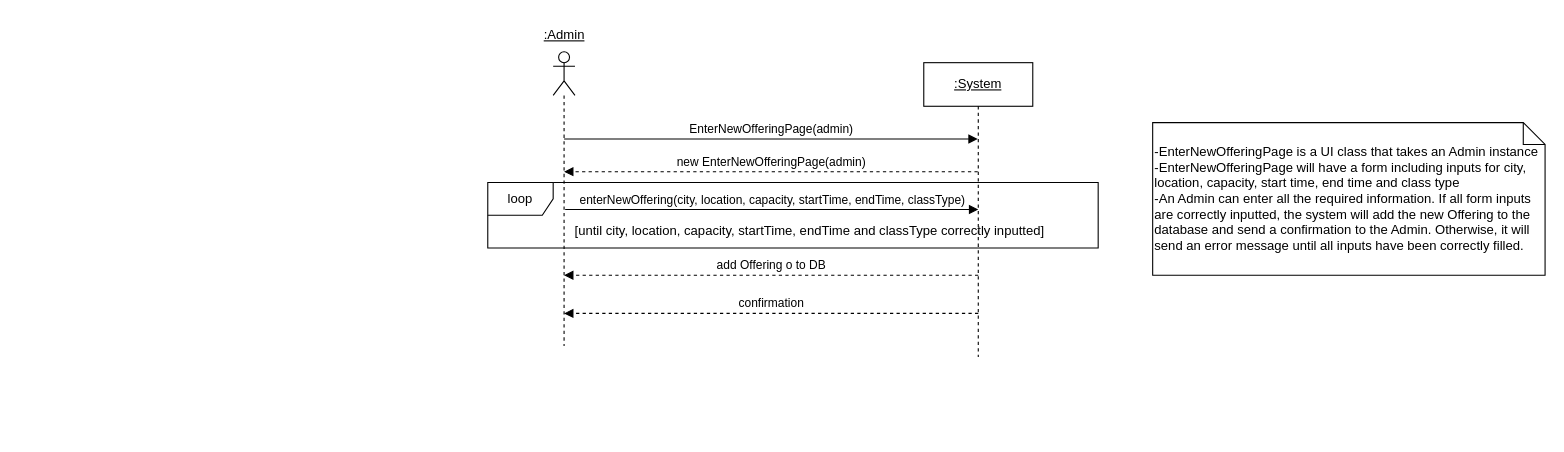
The draw.io diagram Artifacts/DrawIO Files/System Sequence Diagrams + Operation Contracts/SSD_Admin_Enter_Org_Offerings.drawio in aleckira/SOEN_342_PROJECT, before the edit. Source tidied: cells renumbered, new cells numbered last; positions are measured from the earlier drawing's top-left corner, leaving out a move shared by most shapes. Both pictures are drawn from the tidied source at 109%, with x=0, y=0 at pixel (487, 19).
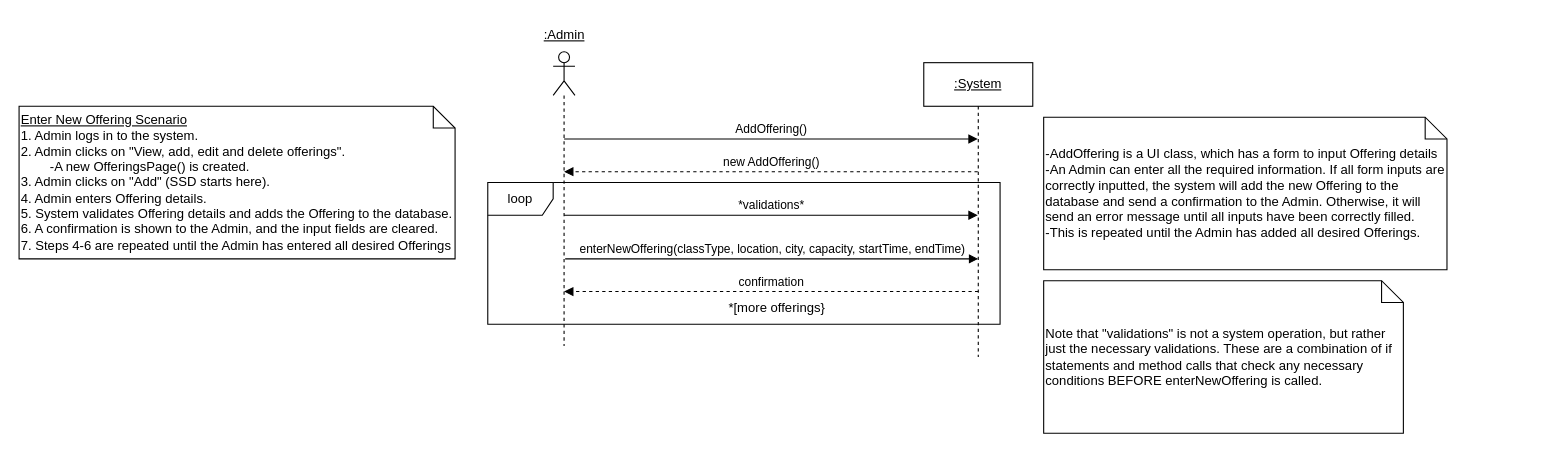
After the change.

Unchanged cells that the change refers to:
```xml
<mxCell id="4" value="&lt;u&gt;:System&lt;/u&gt;" style="shape=umlLifeline;perimeter=lifelinePerimeter;whiteSpace=wrap;html=1;outlineConnect=0;portConstraint=eastwest;newEdgeStyle={&quot;curved&quot;:0,&quot;rounded&quot;:0};" parent="1" vertex="1">
  <mxGeometry x="400" y="40" width="100" height="270" as="geometry" />
</mxCell>
```

The edit, as a diff of the source:
```diff
@@
-    <mxCell id="5" value="EnterNewOfferingPage(admin)" style="html=1;verticalAlign=bottom;endArrow=block;edgeStyle=elbowEdgeStyle;elbow=vertical;curved=0;rounded=0;" parent="1" edge="1" target="4">
+    <mxCell id="5" value="AddOffering()" style="html=1;verticalAlign=bottom;endArrow=block;edgeStyle=elbowEdgeStyle;elbow=vertical;curved=0;rounded=0;" parent="1" edge="1" target="4">
       <mxGeometry relative="1" as="geometry">
         <mxPoint x="70" y="110" as="sourcePoint" />
         <Array as="points">
           <mxPoint x="160.1" y="110" />
         </Array>
       </mxGeometry>
     </mxCell>
-    <mxCell id="6" value="new EnterNewOfferingPage(admin)" style="html=1;verticalAlign=bottom;endArrow=block;edgeStyle=elbowEdgeStyle;elbow=vertical;curved=0;rounded=0;dashed=1;" parent="1" edge="1" source="4">
+    <mxCell id="6" value="new AddOffering()" style="html=1;verticalAlign=bottom;endArrow=block;edgeStyle=elbowEdgeStyle;elbow=vertical;curved=0;rounded=0;dashed=1;" parent="1" edge="1" source="4">
       <mxGeometry relative="1" as="geometry">
         <mxPoint x="70" y="140" as="targetPoint" />
         <Array as="points">
           <mxPoint x="160.1" y="140" />
         </Array>
       </mxGeometry>
     </mxCell>
-    <mxCell id="7" value="&lt;div&gt;-EnterNewOfferingPage is a UI class that takes an Admin instance&lt;/div&gt;-EnterNewOfferingPage will have a form including inputs for city, location, capacity, start time, end time and class type&lt;div&gt;-An Admin can enter all the required information. If all form inputs are correctly inputted, the system will add the new Offering to the database and send a confirmation to the Admin. Otherwise, it will send an error message until all inputs have been correctly filled.&lt;/div&gt;" style="shape=note;size=20;whiteSpace=wrap;html=1;align=left;" parent="1" vertex="1">
-      <mxGeometry x="610" y="95" width="360" height="140" as="geometry" />
+    <mxCell id="7" value="&lt;div&gt;-AddOffering is a UI class, which has a form to input Offering details&lt;/div&gt;&lt;div&gt;-An Admin can enter all the required information. If all form inputs are correctly inputted, the system will add the new Offering to the database and send a confirmation to the Admin. Otherwise, it will send an error message until all inputs have been correctly filled.&lt;/div&gt;&lt;div&gt;-This is repeated until the Admin has added all desired Offerings.&lt;/div&gt;" style="shape=note;size=20;whiteSpace=wrap;html=1;align=left;" parent="1" vertex="1">
+      <mxGeometry x="510" y="90" width="370" height="140" as="geometry" />
     </mxCell>
-    <mxCell id="8" value="enterNewOffering(city, location, capacity, startTime, endTime, classType)" style="html=1;verticalAlign=bottom;endArrow=block;edgeStyle=elbowEdgeStyle;elbow=vertical;curved=0;rounded=0;" parent="1" edge="1">
+    <mxCell id="8" value="enterNewOffering(classType, location, city, capacity, startTime, endTime)" style="html=1;verticalAlign=bottom;endArrow=block;edgeStyle=elbowEdgeStyle;elbow=vertical;curved=0;rounded=0;" parent="1" edge="1">
       <mxGeometry relative="1" as="geometry">
-        <mxPoint x="71" y="174.7" as="sourcePoint" />
-        <mxPoint x="450" y="174.7" as="targetPoint" />
+        <mxPoint x="71" y="220" as="sourcePoint" />
+        <mxPoint x="450" y="220" as="targetPoint" />
         <Array as="points">
-          <mxPoint x="161.1" y="174.7" />
+          <mxPoint x="161.1" y="220" />
         </Array>
       </mxGeometry>
     </mxCell>
     <mxCell id="9" value="confirmation" style="html=1;verticalAlign=bottom;endArrow=block;edgeStyle=elbowEdgeStyle;elbow=vertical;curved=0;rounded=0;dashed=1;" parent="1" edge="1">
       <mxGeometry relative="1" as="geometry">
-        <mxPoint x="450" y="270" as="sourcePoint" />
-        <mxPoint x="70" y="270" as="targetPoint" />
+        <mxPoint x="450" y="250" as="sourcePoint" />
+        <mxPoint x="70" y="250" as="targetPoint" />
         <Array as="points">
-          <mxPoint x="160.1" y="270" />
+          <mxPoint x="160.1" y="250" />
         </Array>
       </mxGeometry>
     </mxCell>
-    <mxCell id="10" value="add Offering o to DB" style="html=1;verticalAlign=bottom;endArrow=block;edgeStyle=elbowEdgeStyle;elbow=vertical;curved=0;rounded=0;dashed=1;" parent="1" edge="1">
-      <mxGeometry relative="1" as="geometry">
-        <mxPoint x="450" y="235" as="sourcePoint" />
-        <mxPoint x="70" y="235" as="targetPoint" />
-        <Array as="points">
-          <mxPoint x="160.1" y="235" />
-        </Array>
-      </mxGeometry>
-    </mxCell>
     <mxCell id="11" value="loop" style="shape=umlFrame;whiteSpace=wrap;html=1;" parent="1" vertex="1">
-      <mxGeometry y="150" width="560" height="60" as="geometry" />
+      <mxGeometry y="150" width="470" height="130" as="geometry" />
     </mxCell>
-    <mxCell id="12" value="[until city, location, capacity, startTime, endTime and classType correctly inputted]" style="text;html=1;align=center;verticalAlign=middle;strokeColor=none;fillColor=none;" parent="1" vertex="1">
-      <mxGeometry x="70" y="180" width="450" height="30" as="geometry" />
+    <mxCell id="12" value="*[more offerings}" style="text;html=1;align=center;verticalAlign=middle;strokeColor=none;fillColor=none;" parent="1" vertex="1">
+      <mxGeometry x="210" y="250" width="110" height="30" as="geometry" />
     </mxCell>
+    <mxCell id="13" value="&lt;u&gt;Enter New Offering Scenario&lt;/u&gt;&lt;div&gt;1. Admin logs in to the system.&lt;/div&gt;&lt;div&gt;2. Admin clicks on &quot;View, add, edit and delete offerings&quot;.&amp;nbsp;&lt;/div&gt;&lt;div&gt;&lt;span style=&quot;white-space: pre;&quot;&gt;&#9;&lt;/span&gt;-A new OfferingsPage() is created.&lt;br&gt;&lt;/div&gt;&lt;div&gt;3. Admin clicks on &quot;Add&quot; (SSD starts here).&lt;/div&gt;&lt;div&gt;4. Admin enters Offering details.&lt;/div&gt;&lt;div&gt;5. System validates Offering details and adds the Offering to the database.&lt;/div&gt;&lt;div&gt;6. A confirmation is shown to the Admin, and the input fields are cleared.&lt;/div&gt;&lt;div&gt;7. Steps 4-6 are repeated until the Admin has entered all desired Offerings&lt;/div&gt;" style="shape=note;size=20;whiteSpace=wrap;html=1;align=left;" parent="1" vertex="1">
+      <mxGeometry x="-430" y="80" width="400" height="140" as="geometry" />
+    </mxCell>
+    <mxCell id="14" value="*validations*" style="html=1;verticalAlign=bottom;endArrow=block;edgeStyle=elbowEdgeStyle;elbow=vertical;curved=0;rounded=0;" parent="1" edge="1" target="4">
+      <mxGeometry relative="1" as="geometry">
+        <mxPoint x="70" y="180" as="sourcePoint" />
+        <Array as="points">
+          <mxPoint x="160.1" y="180" />
+        </Array>
+      </mxGeometry>
+    </mxCell>
+    <mxCell id="15" value="Note that &quot;validations&quot; is not a system operation, but rather just the necessary validations. These are a combination of if statements and method calls that check any necessary conditions BEFORE enterNewOffering is called." style="shape=note;size=20;whiteSpace=wrap;html=1;align=left;" parent="1" vertex="1">
+      <mxGeometry x="510" y="240" width="330" height="140" as="geometry" />
+    </mxCell>
```
